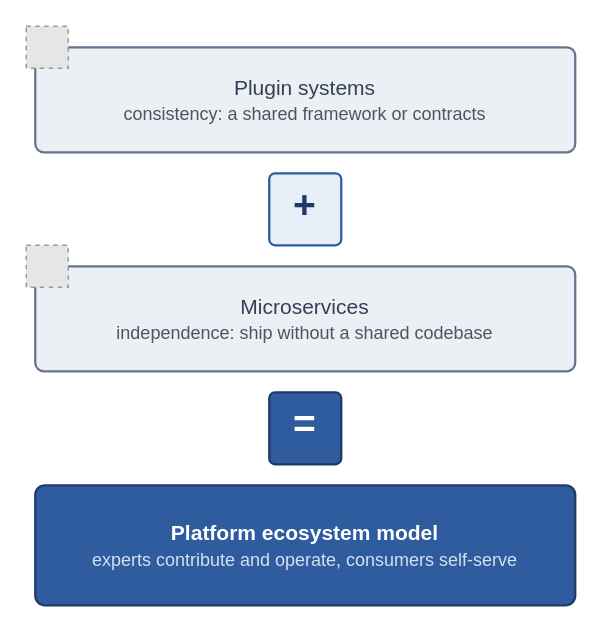
missBerg/platform-capabilities keeps this draw.io diagram as page "Fig 2 – Marketplace model lineage" (4 of 18) of diagrams/pcf-community-draft.drawio. Above is the earlier version. Source tidied: cells renumbered, new cells numbered last; positions are measured from the earlier drawing's top-left corner, leaving out a move shared by most shapes. Both pictures are drawn from the tidied source at 150%, with x=0, y=0 at pixel (26, 26). Pictures stored in the file or linked from it are replaced by grey dashed boxes.
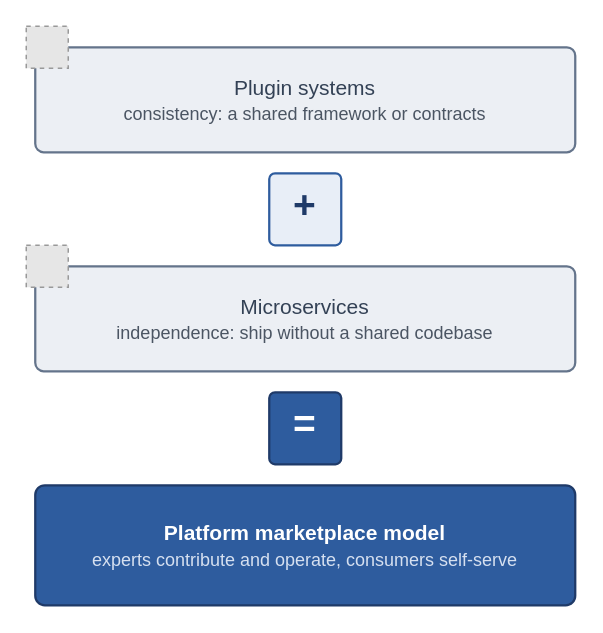
The same diagram, later.

Diff of the diagram source:
```diff
@@
 <mxGraphModel>
   <root>
     <mxCell id="0" />
     <mxCell id="1" parent="0" />
     <mxCell id="2" value="Plugin systems&lt;br&gt;&lt;font style=&quot;font-size: 12px&quot; color=&quot;#4B5563&quot;&gt;consistency: a shared framework or contracts&lt;/font&gt;" style="rounded=1;whiteSpace=wrap;html=1;arcSize=8;fillColor=#ECEFF4;strokeColor=#64748B;strokeWidth=1.5;fontColor=#334155;fontFamily=Helvetica;fontSize=14;align=center;verticalAlign=middle;shadow=0;" parent="1" vertex="1">
       <mxGeometry x="6" y="14" width="360" height="70" as="geometry" />
     </mxCell>
     <mxCell id="3" style="fillColor=#E6E6E6;strokeColor=#999999;dashed=1;verticalLabelPosition=bottom;verticalAlign=top;align=center;fontFamily=Helvetica;fontSize=14;fontColor=#1F3A68;" parent="1" vertex="1">
       <mxGeometry width="28" height="28" as="geometry" />
     </mxCell>
     <mxCell id="4" value="&lt;b&gt;+&lt;/b&gt;" style="rounded=1;whiteSpace=wrap;html=1;arcSize=8;fillColor=#E8EEF7;strokeColor=#2E5C9E;strokeWidth=1.5;fontColor=#1F3A68;fontFamily=Helvetica;fontSize=26;align=center;verticalAlign=middle;shadow=0;spacingBottom=6;" parent="1" vertex="1">
       <mxGeometry x="162" y="98" width="48" height="48" as="geometry" />
     </mxCell>
     <mxCell id="5" value="Microservices&lt;br&gt;&lt;font style=&quot;font-size: 12px&quot; color=&quot;#4B5563&quot;&gt;independence: ship without a shared codebase&lt;/font&gt;" style="rounded=1;whiteSpace=wrap;html=1;arcSize=8;fillColor=#ECEFF4;strokeColor=#64748B;strokeWidth=1.5;fontColor=#334155;fontFamily=Helvetica;fontSize=14;align=center;verticalAlign=middle;shadow=0;" parent="1" vertex="1">
       <mxGeometry x="6" y="160" width="360" height="70" as="geometry" />
     </mxCell>
     <mxCell id="6" style="fillColor=#E6E6E6;strokeColor=#999999;dashed=1;verticalLabelPosition=bottom;verticalAlign=top;align=center;fontFamily=Helvetica;fontSize=14;fontColor=#1F3A68;" parent="1" vertex="1">
       <mxGeometry y="146" width="28" height="28" as="geometry" />
     </mxCell>
     <mxCell id="7" value="&lt;b&gt;=&lt;/b&gt;" style="rounded=1;whiteSpace=wrap;html=1;arcSize=8;fillColor=#2E5C9E;strokeColor=#1F3A68;strokeWidth=1.5;fontColor=#FFFFFF;fontFamily=Helvetica;fontSize=26;align=center;verticalAlign=middle;shadow=0;spacingBottom=6;" parent="1" vertex="1">
       <mxGeometry x="162" y="244" width="48" height="48" as="geometry" />
     </mxCell>
-    <mxCell id="8" value="&lt;b&gt;Platform ecosystem model&lt;/b&gt;&lt;br&gt;&lt;font style=&quot;font-size: 12px&quot; color=&quot;#D6E0F0&quot;&gt;experts contribute and operate, consumers self-serve&lt;/font&gt;" style="rounded=1;whiteSpace=wrap;html=1;arcSize=8;fillColor=#2E5C9E;strokeColor=#1F3A68;strokeWidth=1.5;fontColor=#FFFFFF;fontFamily=Helvetica;fontSize=14;align=center;verticalAlign=middle;shadow=0;" parent="1" vertex="1">
+    <mxCell id="8" value="&lt;b&gt;Platform marketplace model&lt;/b&gt;&lt;br&gt;&lt;font style=&quot;font-size: 12px&quot; color=&quot;#D6E0F0&quot;&gt;experts contribute and operate, consumers self-serve&lt;/font&gt;" style="rounded=1;whiteSpace=wrap;html=1;arcSize=8;fillColor=#2E5C9E;strokeColor=#1F3A68;strokeWidth=1.5;fontColor=#FFFFFF;fontFamily=Helvetica;fontSize=14;align=center;verticalAlign=middle;shadow=0;" parent="1" vertex="1">
       <mxGeometry x="6" y="306" width="360" height="80" as="geometry" />
     </mxCell>
   </root>
 </mxGraphModel>
```
